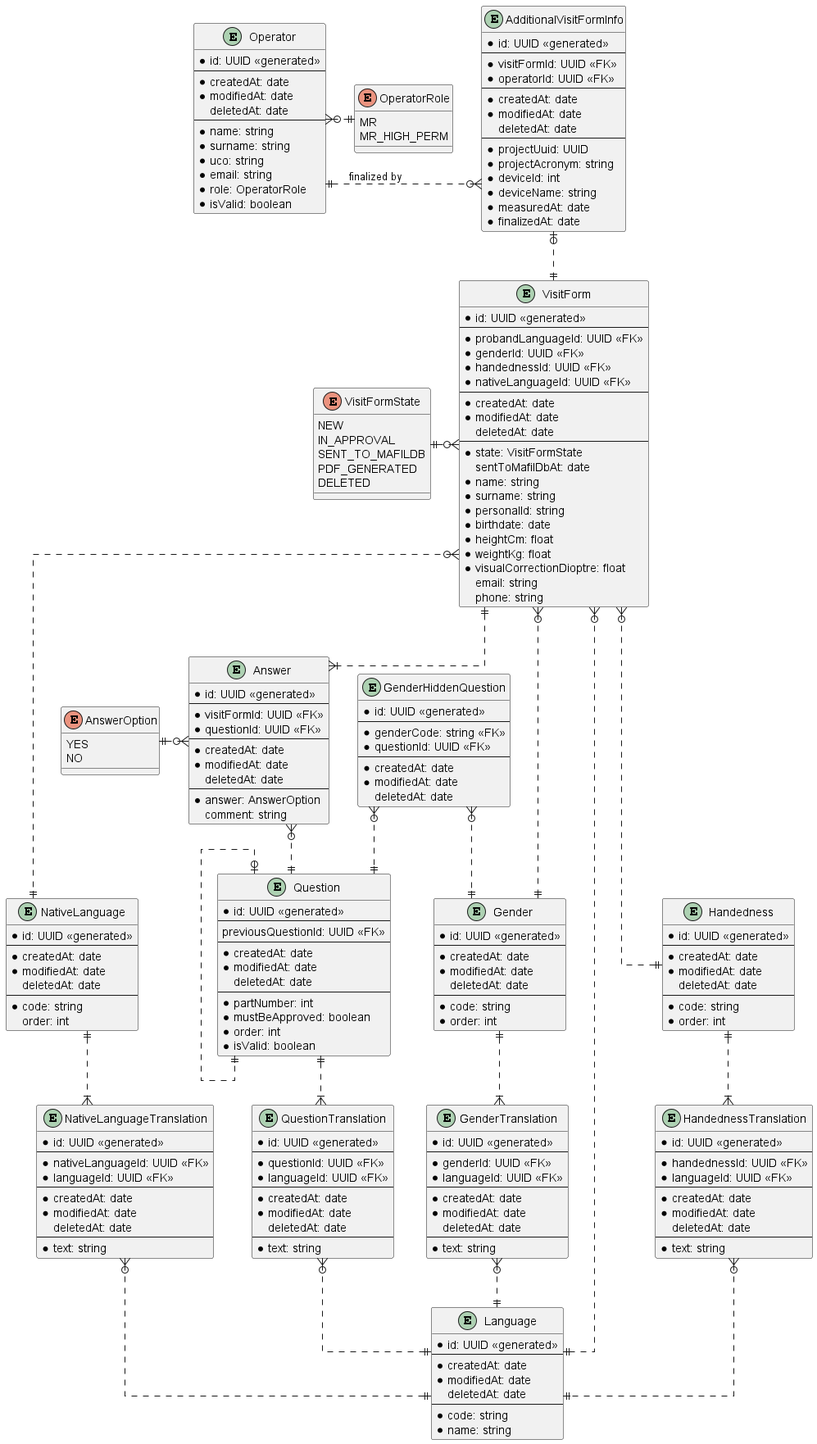
lukas-kratochvil/mafil-proband-safety-questionnaire keeps this PlantUML diagram as docs/ERD.png. Above is the earlier version.
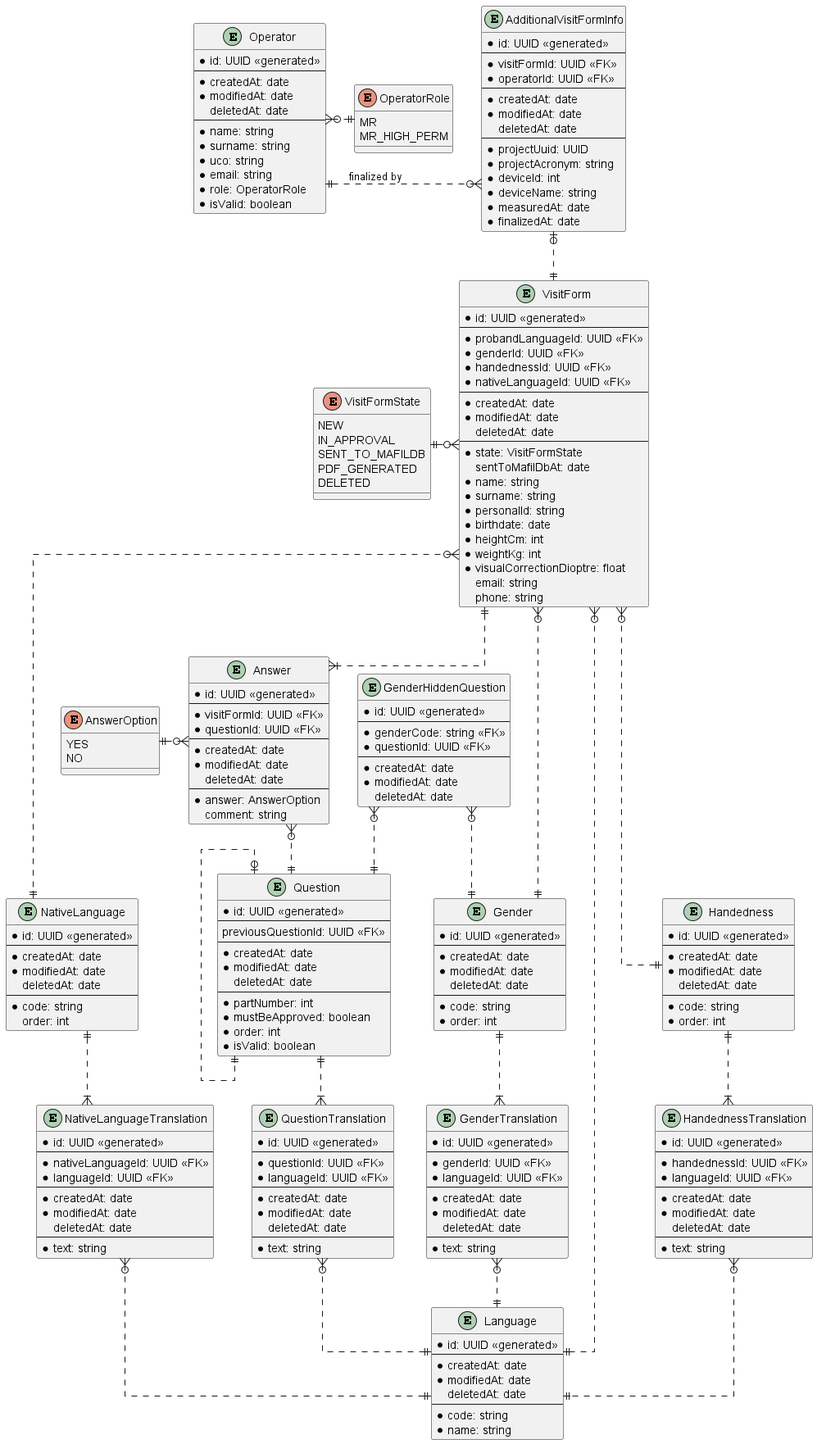
After the commit.

Change to the diagram source:
```diff
@@ -40,8 +40,8 @@
   * surname: string
   * personalId: string
   * birthdate: date
-  * heightCm: float
-  * weightKg: float
+  * heightCm: int
+  * weightKg: int
   * visualCorrectionDioptre: float
   email: string
   phone: string
```
